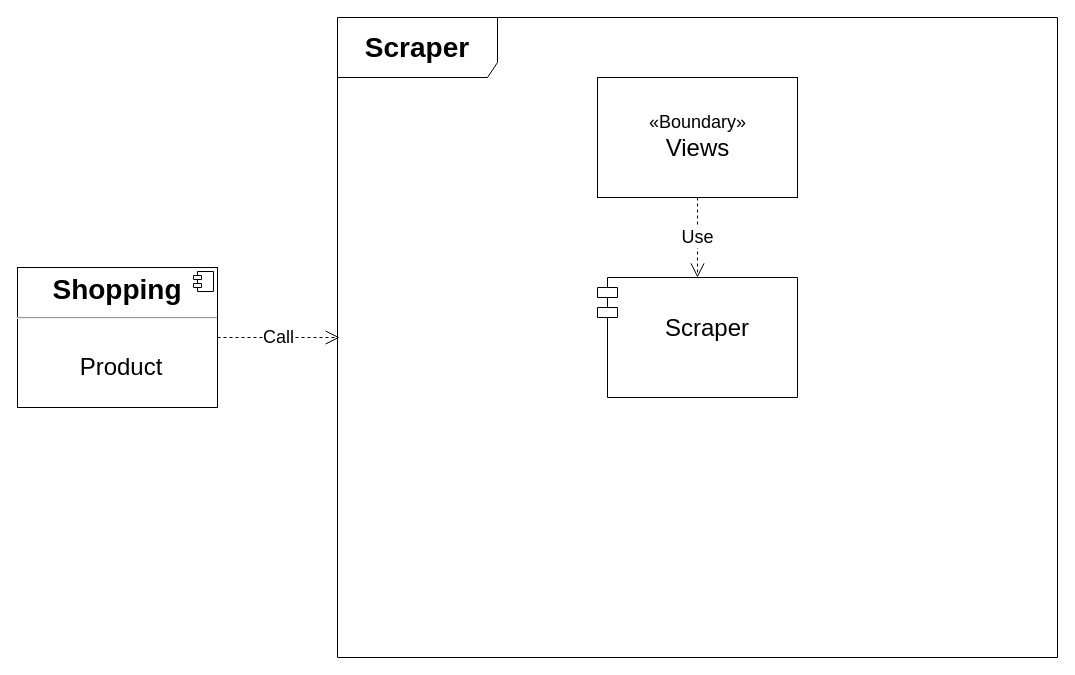
The draw.io diagram docs/cmp_scraper.drawio in ypeng90/shopper, before the edit. Source tidied: cells renumbered, new cells numbered last; positions are measured from the earlier drawing's top-left corner, leaving out a move shared by most shapes. Both pictures are drawn from the tidied source at 100%, with x=0, y=0 at pixel (17, 17).
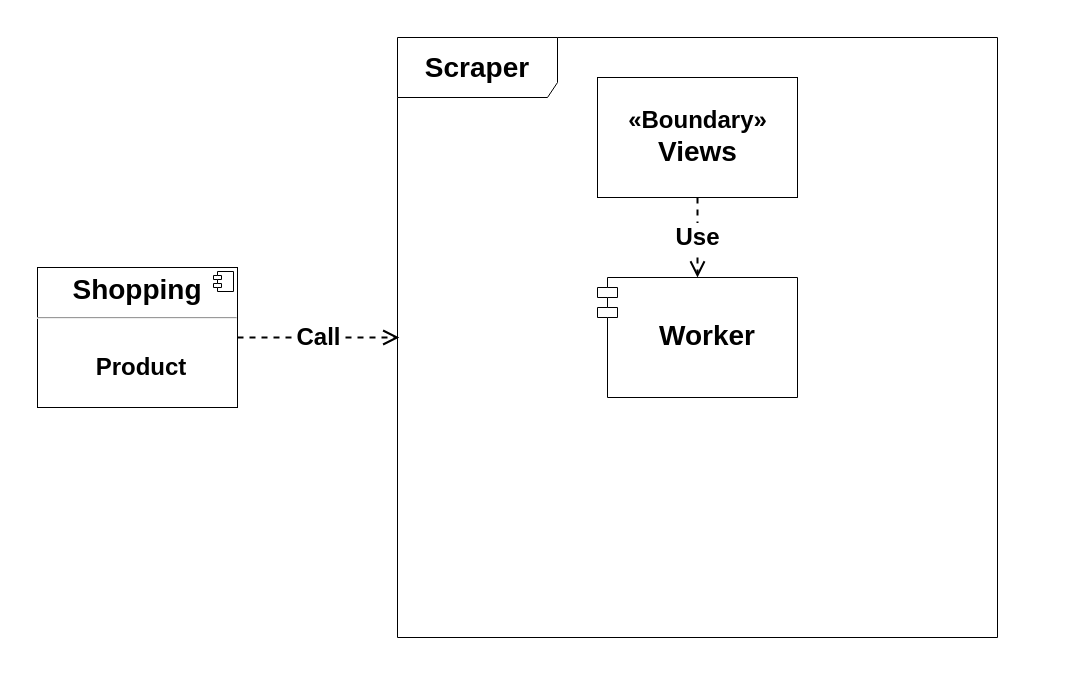
Above is the later version.

Change to the diagram source:
```diff
@@
 <mxGraphModel background="#ffffff">
   <root>
     <mxCell id="0" />
     <mxCell id="1" parent="0" />
     <mxCell id="2" value="&lt;font style=&quot;font-size: 28px&quot;&gt;&lt;b&gt;Scraper&lt;/b&gt;&lt;/font&gt;" style="shape=umlFrame;whiteSpace=wrap;html=1;fontSize=24;width=160;height=60;" parent="1" vertex="1">
-      <mxGeometry x="320" width="720" height="640" as="geometry" />
+      <mxGeometry x="380" y="20" width="600" height="600" as="geometry" />
     </mxCell>
-    <mxCell id="3" value="&lt;font style=&quot;font-size: 18px&quot;&gt;«Boundary»&lt;/font&gt;&lt;br&gt;&lt;font style=&quot;font-size: 24px&quot;&gt;Views&lt;/font&gt;" style="html=1;" parent="1" vertex="1">
+    <mxCell id="3" value="&lt;font style=&quot;font-size: 24px&quot;&gt;«Boundary»&lt;/font&gt;&lt;br&gt;&lt;font style=&quot;font-size: 28px&quot;&gt;Views&lt;/font&gt;" style="html=1;fontStyle=1;" parent="1" vertex="1">
       <mxGeometry x="580" y="60" width="200" height="120" as="geometry" />
     </mxCell>
-    <mxCell id="4" value="&#10;Scraper" style="shape=module;align=left;spacingLeft=20;align=center;verticalAlign=top;fontSize=24;" parent="1" vertex="1">
+    <mxCell id="4" value="&#10;Worker" style="shape=module;align=left;spacingLeft=20;align=center;verticalAlign=top;fontSize=28;fontStyle=1;" parent="1" vertex="1">
       <mxGeometry x="580" y="260" width="200" height="120" as="geometry" />
     </mxCell>
-    <mxCell id="5" value="Use" style="endArrow=open;endSize=12;dashed=1;html=1;fontSize=18;exitX=0.5;exitY=1;exitDx=0;exitDy=0;entryX=0.5;entryY=0;entryDx=0;entryDy=0;" parent="1" edge="1" source="3" target="4">
+    <mxCell id="5" value="Use" style="endArrow=open;endSize=12;dashed=1;html=1;fontSize=24;exitX=0.5;exitY=1;exitDx=0;exitDy=0;entryX=0.5;entryY=0;entryDx=0;entryDy=0;fontStyle=1;strokeWidth=2;" parent="1" edge="1" source="3" target="4">
       <mxGeometry relative="1" as="geometry" />
     </mxCell>
-    <mxCell id="6" value="&lt;p style=&quot;margin: 0px ; margin-top: 6px ; text-align: center&quot;&gt;&lt;b&gt;&lt;font style=&quot;font-size: 28px&quot;&gt;Shopping&lt;/font&gt;&lt;/b&gt;&lt;/p&gt;&lt;hr style=&quot;font-size: 20px&quot;&gt;&lt;p style=&quot;margin: 0px 0px 0px 8px ; font-size: 20px&quot;&gt;&lt;font style=&quot;font-size: 20px&quot;&gt;&lt;br&gt;&lt;/font&gt;&lt;/p&gt;&lt;p style=&quot;text-align: center ; margin: 0px 0px 0px 8px&quot;&gt;&lt;font&gt;&lt;font style=&quot;font-size: 24px&quot;&gt;Product&lt;/font&gt;&lt;br&gt;&lt;/font&gt;&lt;/p&gt;" style="align=left;overflow=fill;html=1;" parent="1" vertex="1">
-      <mxGeometry y="250" width="200" height="140" as="geometry" />
+    <mxCell id="6" value="&lt;p style=&quot;margin: 0px ; margin-top: 6px ; text-align: center&quot;&gt;&lt;b&gt;&lt;font style=&quot;font-size: 28px&quot;&gt;Shopping&lt;/font&gt;&lt;/b&gt;&lt;/p&gt;&lt;hr style=&quot;font-size: 20px&quot;&gt;&lt;p style=&quot;margin: 0px 0px 0px 8px ; font-size: 20px&quot;&gt;&lt;font style=&quot;font-size: 20px&quot;&gt;&lt;br&gt;&lt;/font&gt;&lt;/p&gt;&lt;p style=&quot;text-align: center ; margin: 0px 0px 0px 8px&quot;&gt;&lt;font&gt;&lt;font style=&quot;font-size: 24px&quot;&gt;&lt;b&gt;Product&lt;/b&gt;&lt;/font&gt;&lt;br&gt;&lt;/font&gt;&lt;/p&gt;" style="align=left;overflow=fill;html=1;" parent="1" vertex="1">
+      <mxGeometry x="20" y="250" width="200" height="140" as="geometry" />
     </mxCell>
     <mxCell id="7" style="shape=component;jettyWidth=8;jettyHeight=4;" parent="6" vertex="1">
       <mxGeometry x="1" width="20" height="20" relative="1" as="geometry">
         <mxPoint x="-24" y="4" as="offset" />
       </mxGeometry>
     </mxCell>
-    <mxCell id="8" value="Call" style="endArrow=open;endSize=12;dashed=1;html=1;exitX=1;exitY=0.5;exitDx=0;exitDy=0;fontSize=18;entryX=0.003;entryY=0.5;entryDx=0;entryDy=0;entryPerimeter=0;" parent="1" edge="1" source="6" target="2">
+    <mxCell id="8" value="Call" style="endArrow=open;endSize=12;dashed=1;html=1;exitX=1;exitY=0.5;exitDx=0;exitDy=0;fontSize=24;entryX=0.003;entryY=0.5;entryDx=0;entryDy=0;entryPerimeter=0;strokeWidth=2;fontStyle=1;" parent="1" edge="1" source="6" target="2">
       <mxGeometry relative="1" as="geometry" />
     </mxCell>
   </root>
 </mxGraphModel>
```
